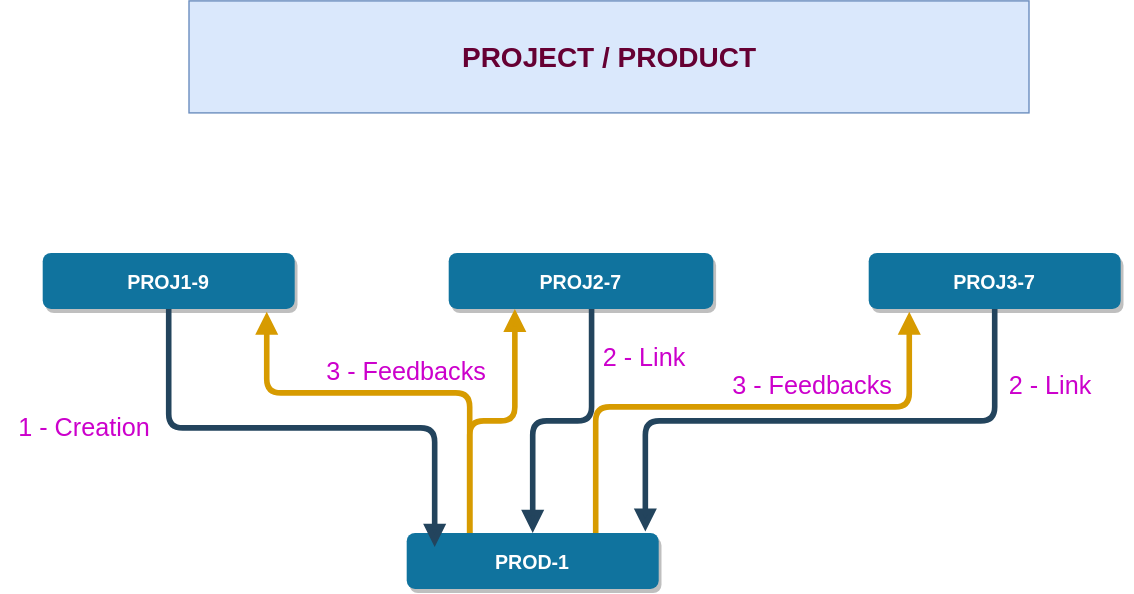
Above: tech/EasySync_Product.svg in alaindelanay/drawings (draw.io), before the change. Source tidied: cells renumbered, new cells last; positions are measured from the earlier drawing's top-left corner, leaving out a move shared by most shapes.
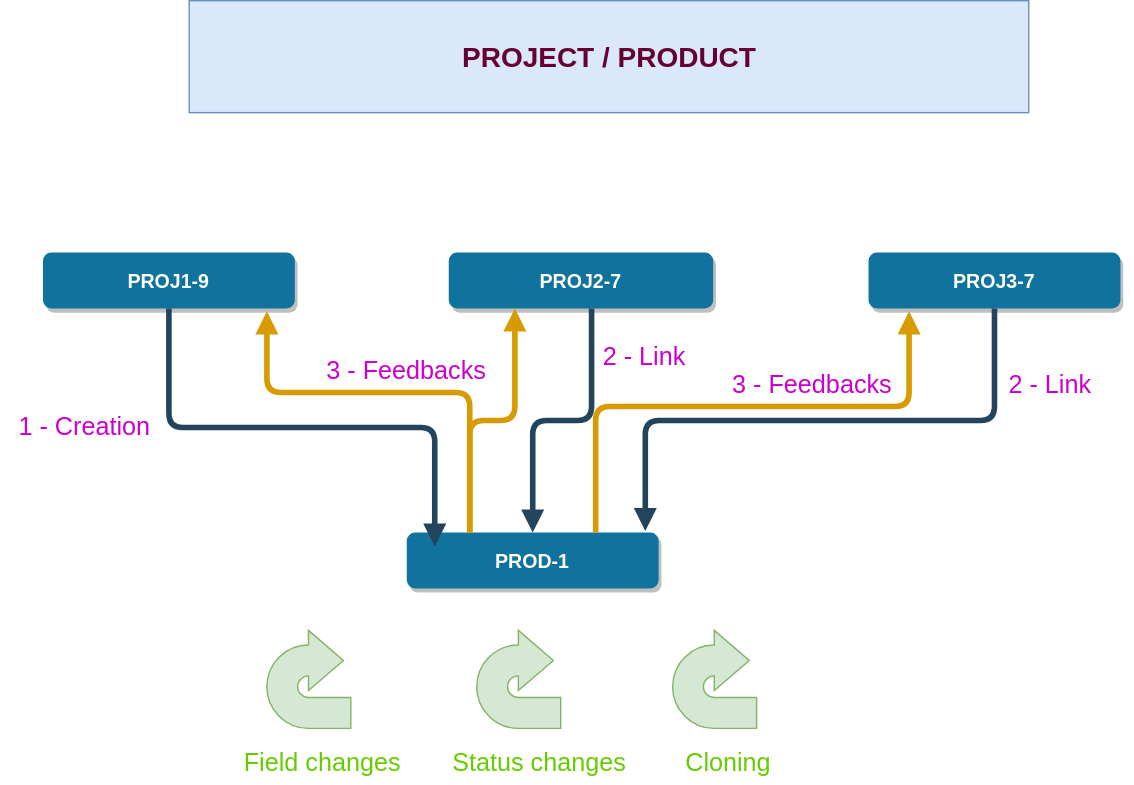
After the commit.

Commit message:
Mettre à jour EasySync_Product.svg

The edit, as a diff of the source:
```diff
@@ -66,5 +66,23 @@
     <mxCell id="17" value="&lt;font color=&quot;#cc00cc&quot; style=&quot;font-size: 18px;&quot;&gt;3 - Feedbacks&lt;/font&gt;" style="text;html=1;strokeColor=none;fillColor=none;align=center;verticalAlign=middle;whiteSpace=wrap;rounded=0;" parent="1" vertex="1">
       <mxGeometry x="520" y="260" width="120" height="30" as="geometry" />
     </mxCell>
+    <mxCell id="18" style="html=1;shadow=0;dashed=0;align=center;verticalAlign=middle;shape=mxgraph.arrows2.uTurnArrow;dy=11;arrowHead=43;dx2=25;fillColor=#d5e8d4;strokeColor=#82b366;" parent="1" vertex="1">
+      <mxGeometry x="190" y="450" width="60" height="70" as="geometry" />
+    </mxCell>
+    <mxCell id="19" value="&lt;font style=&quot;font-size: 18px;&quot;&gt;&lt;font color=&quot;#66cc00&quot;&gt;Field changes&lt;/font&gt;&lt;br&gt;&lt;/font&gt;" style="text;html=1;strokeColor=none;fillColor=none;align=center;verticalAlign=middle;whiteSpace=wrap;rounded=0;" parent="1" vertex="1">
+      <mxGeometry x="170" y="530" width="120" height="30" as="geometry" />
+    </mxCell>
+    <mxCell id="20" style="html=1;shadow=0;dashed=0;align=center;verticalAlign=middle;shape=mxgraph.arrows2.uTurnArrow;dy=11;arrowHead=43;dx2=25;fillColor=#d5e8d4;strokeColor=#82b366;" parent="1" vertex="1">
+      <mxGeometry x="340" y="450" width="60" height="70" as="geometry" />
+    </mxCell>
+    <mxCell id="21" value="&lt;font style=&quot;font-size: 18px;&quot;&gt;&lt;font color=&quot;#66cc00&quot;&gt;Status changes&lt;/font&gt;&lt;br&gt;&lt;/font&gt;" style="text;html=1;strokeColor=none;fillColor=none;align=center;verticalAlign=middle;whiteSpace=wrap;rounded=0;" parent="1" vertex="1">
+      <mxGeometry x="320" y="530" width="130" height="30" as="geometry" />
+    </mxCell>
+    <mxCell id="22" style="html=1;shadow=0;dashed=0;align=center;verticalAlign=middle;shape=mxgraph.arrows2.uTurnArrow;dy=11;arrowHead=43;dx2=25;fillColor=#d5e8d4;strokeColor=#82b366;" parent="1" vertex="1">
+      <mxGeometry x="480" y="450" width="60" height="70" as="geometry" />
+    </mxCell>
+    <mxCell id="23" value="&lt;font style=&quot;font-size: 18px;&quot;&gt;&lt;font color=&quot;#66cc00&quot;&gt;Cloning&lt;/font&gt;&lt;br&gt;&lt;/font&gt;" style="text;html=1;strokeColor=none;fillColor=none;align=center;verticalAlign=middle;whiteSpace=wrap;rounded=0;" parent="1" vertex="1">
+      <mxGeometry x="460" y="530" width="120" height="30" as="geometry" />
+    </mxCell>
   </root>
 </mxGraphModel>
```
